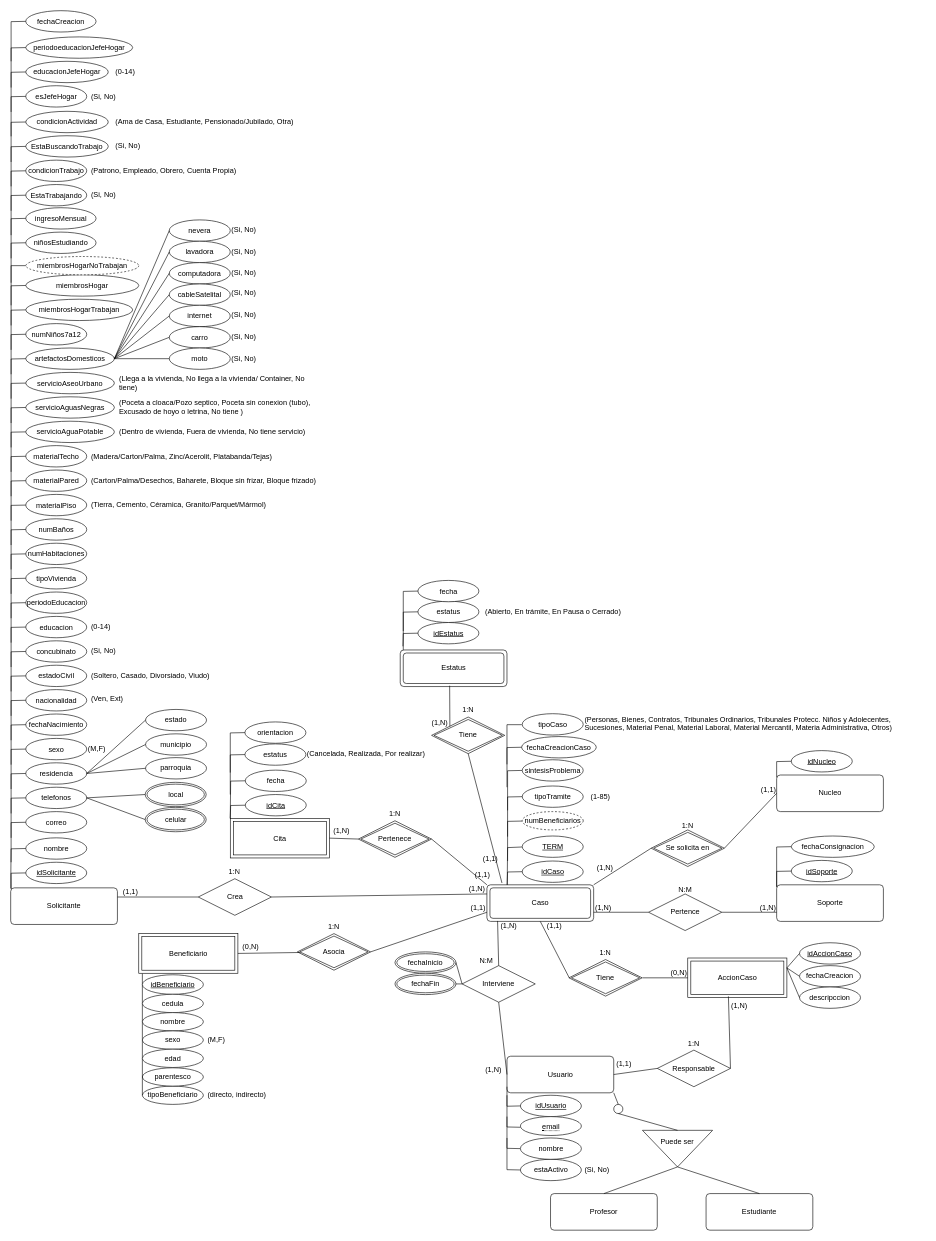
Before: page "Diagrama" (1 of 2) of doc/diagramaConceptual.drawio in DanielCarrenoMar/ClinicaJuridica-UCAB, a draw.io diagram. Source tidied: cells renumbered, new cells numbered last; positions are measured from the earlier drawing's top-left corner, leaving out a move shared by most shapes. Both pictures are drawn from the tidied source at 61%, with x=0, y=0 at pixel (10, 10).
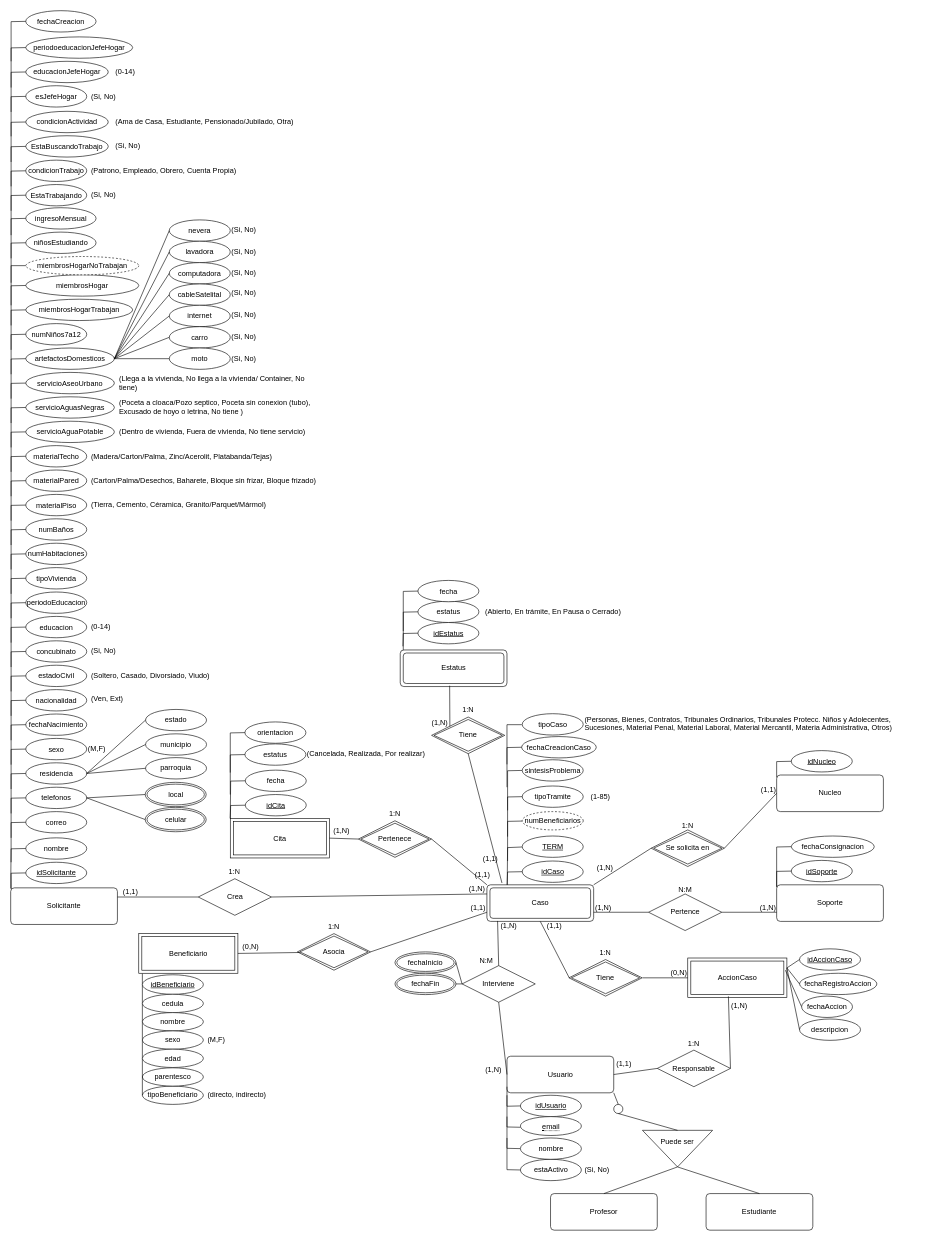
The same diagram, later.

Commit message:
feat:Fecha accion

Change to the diagram source:
```diff
@@
     <mxCell id="71" value="idAccionCaso" style="ellipse;whiteSpace=wrap;html=1;align=center;fontStyle=4;" parent="1" vertex="1">
-      <mxGeometry x="1293.2" y="1528" width="100" height="35" as="geometry" />
+      <mxGeometry x="1293.2" y="1538" width="100" height="35" as="geometry" />
     </mxCell>
-    <mxCell id="72" value="fechaCreacion" style="ellipse;whiteSpace=wrap;html=1;align=center;" parent="1" vertex="1">
-      <mxGeometry x="1293.2" y="1565.5" width="100" height="35" as="geometry" />
+    <mxCell id="72" value="fechaRegistroAccion" style="ellipse;whiteSpace=wrap;html=1;align=center;" parent="1" vertex="1">
+      <mxGeometry x="1293.2" y="1578" width="126.8" height="35" as="geometry" />
     </mxCell>
@@
-    <mxCell id="180" value="descripccion" style="ellipse;whiteSpace=wrap;html=1;align=center;" parent="1" vertex="1">
-      <mxGeometry x="1293.2" y="1600.5" width="100" height="35" as="geometry" />
+    <mxCell id="180" value="descripcion" style="ellipse;whiteSpace=wrap;html=1;align=center;" parent="1" vertex="1">
+      <mxGeometry x="1293.2" y="1653" width="100" height="35" as="geometry" />
     </mxCell>
@@
+    <mxCell id="271" style="edgeStyle=none;html=1;exitX=0;exitY=0.5;exitDx=0;exitDy=0;endArrow=none;endFill=0;" parent="1" edge="1" source="272">
+      <mxGeometry relative="1" as="geometry">
+        <mxPoint x="1270" y="1573" as="targetPoint" />
+      </mxGeometry>
+    </mxCell>
+    <mxCell id="272" value="fechaAccion" style="ellipse;whiteSpace=wrap;html=1;align=center;" parent="1" vertex="1">
+      <mxGeometry x="1296.6" y="1615.5" width="83.4" height="35" as="geometry" />
+    </mxCell>
```
